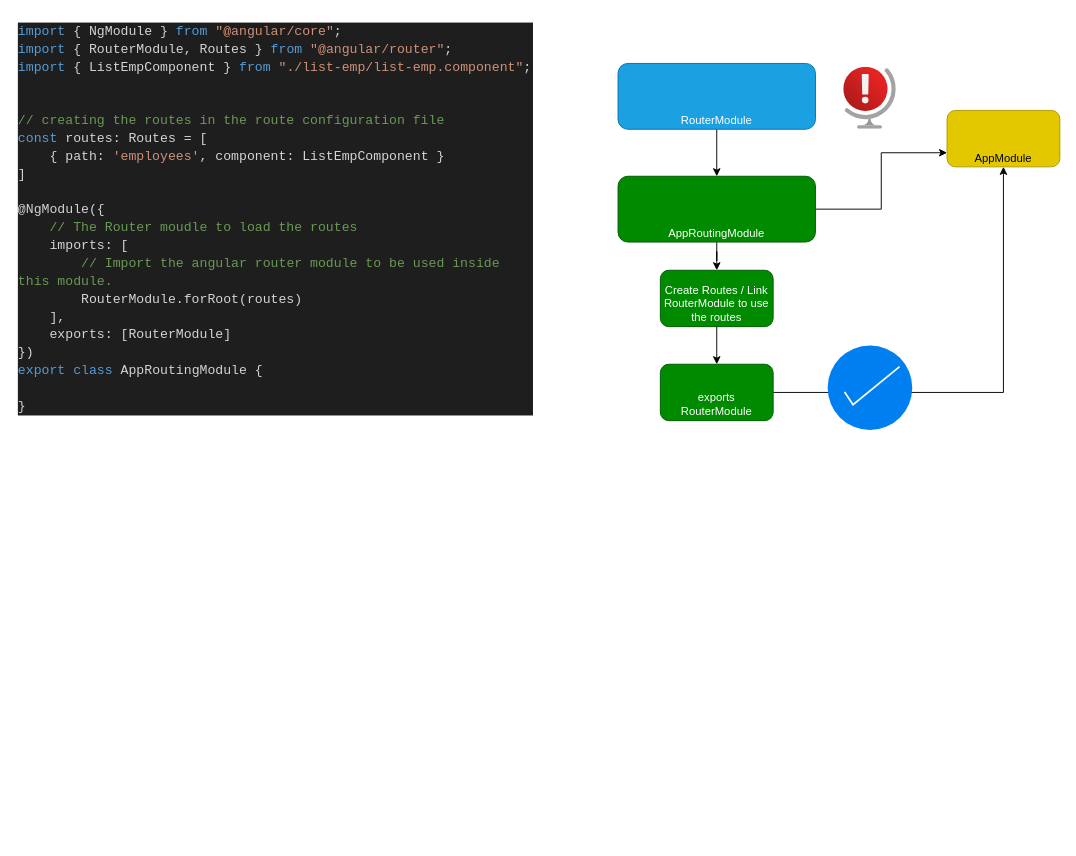
nathub071122/natGIT keeps this draw.io diagram as page "Modules" (7 of 7) of ANGULAR/Angular.drawio. Above is the earlier version. Source tidied: cells renumbered, new cells numbered last; positions are measured from the earlier drawing's top-left corner, leaving out a move shared by most shapes. Both pictures are drawn from the tidied source at 94%, with x=0, y=0 at pixel (16, 16).
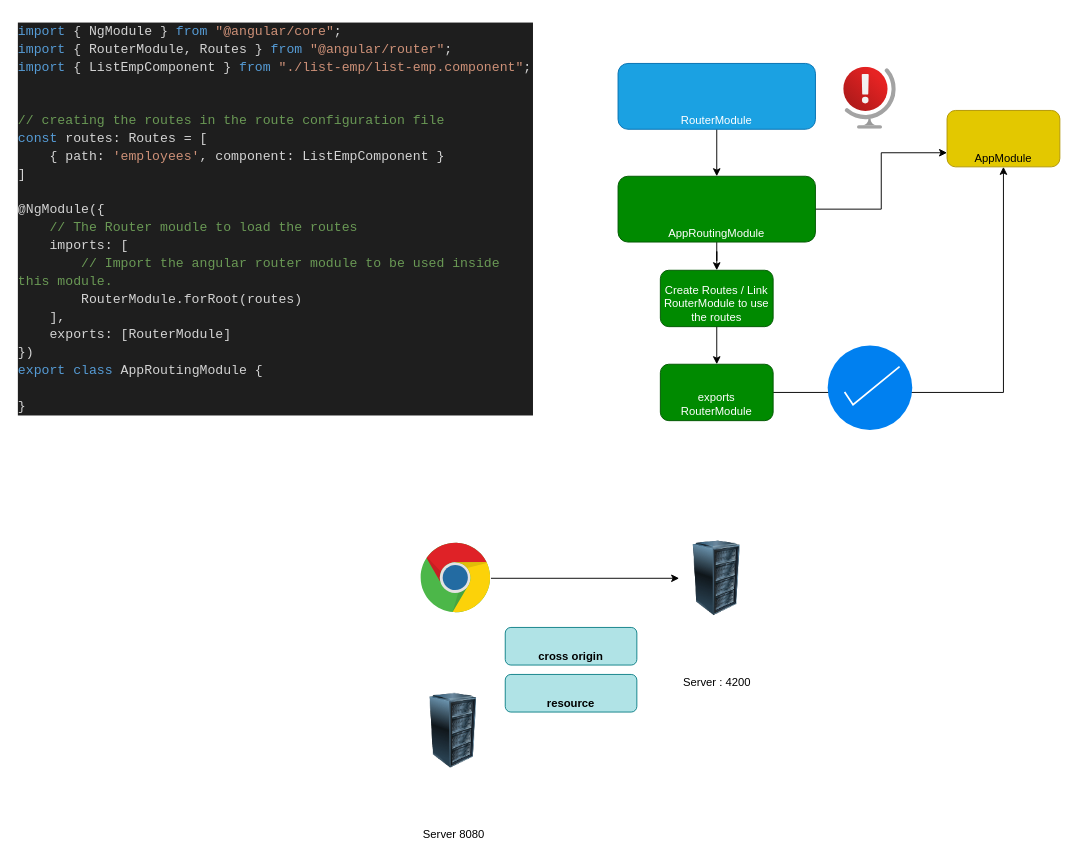
The same page after the edit.

Diff of the diagram source:
```diff
@@
+    <mxCell id="15" value="Server : 4200" style="image;html=1;image=img/lib/clip_art/computers/Server_Rack_128x128.png;verticalAlign=bottom;" parent="1" vertex="1">
+      <mxGeometry x="705" y="557.7" width="80" height="80" as="geometry" />
+    </mxCell>
+    <mxCell id="16" style="edgeStyle=orthogonalEdgeStyle;rounded=0;jettySize=auto;html=1;" parent="1" edge="1" source="17" target="15">
+      <mxGeometry relative="1" as="geometry" />
+    </mxCell>
+    <mxCell id="17" style="dashed=0;outlineConnect=0;html=1;align=center;labelPosition=center;verticalLabelPosition=bottom;verticalAlign=top;shape=mxgraph.weblogos.chrome;" parent="1" vertex="1">
+      <mxGeometry x="430" y="560" width="74.8" height="75.4" as="geometry" />
+    </mxCell>
+    <mxCell id="18" value="Server 8080" style="image;html=1;image=img/lib/clip_art/computers/Server_Rack_128x128.png;verticalAlign=bottom;" parent="1" vertex="1">
+      <mxGeometry x="424.8" y="720" width="80" height="80" as="geometry" />
+    </mxCell>
+    <mxCell id="19" value="cross origin" style="rounded=1;whiteSpace=wrap;html=1;fillColor=#b0e3e6;strokeColor=#0e8088;fontStyle=1;verticalAlign=bottom;" parent="1" vertex="1">
+      <mxGeometry x="520" y="650" width="140" height="40" as="geometry" />
+    </mxCell>
+    <mxCell id="20" value="resource" style="rounded=1;whiteSpace=wrap;html=1;fillColor=#b0e3e6;strokeColor=#0e8088;fontStyle=1;verticalAlign=bottom;" parent="1" vertex="1">
+      <mxGeometry x="520" y="700" width="140" height="40" as="geometry" />
+    </mxCell>
```
